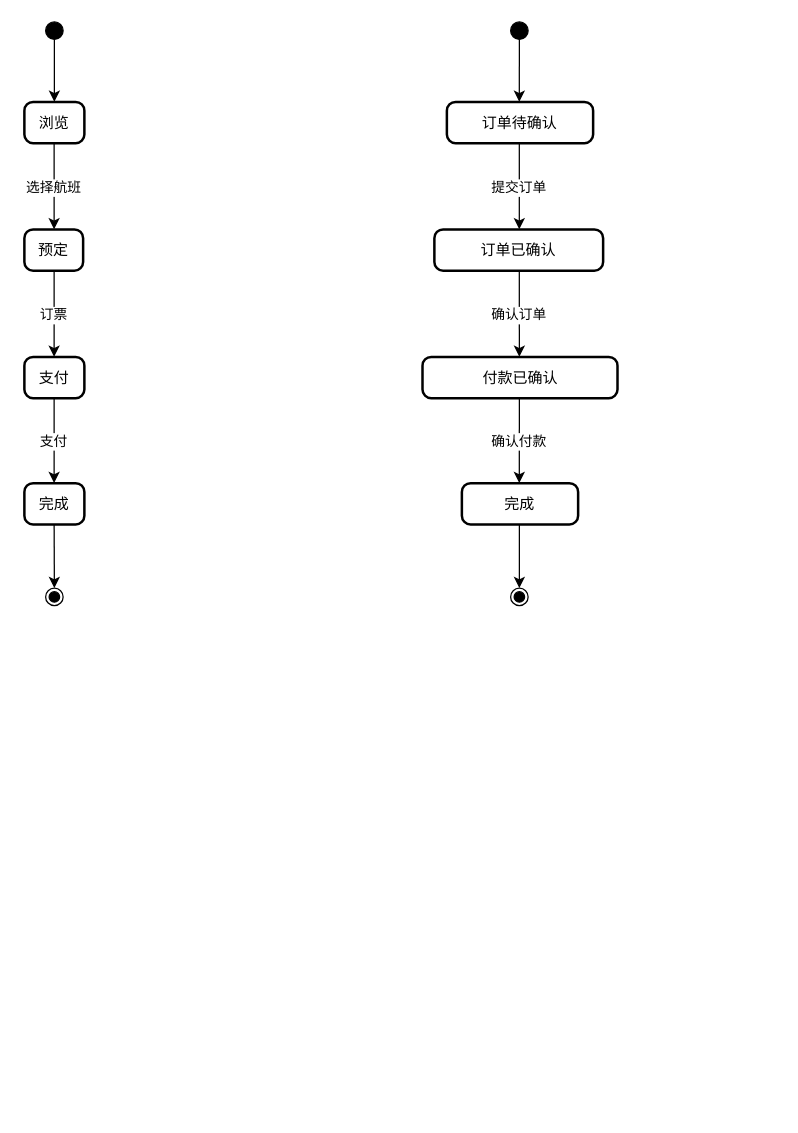
Above: state_trans.drawio in Xiang669/draw (draw.io), before the change. Source tidied: cells renumbered, new cells numbered last; positions are measured from the earlier drawing's top-left corner, leaving out a move shared by most shapes. Both pictures are drawn from the tidied source at 125%, with x=0, y=0 at pixel (24, 21).
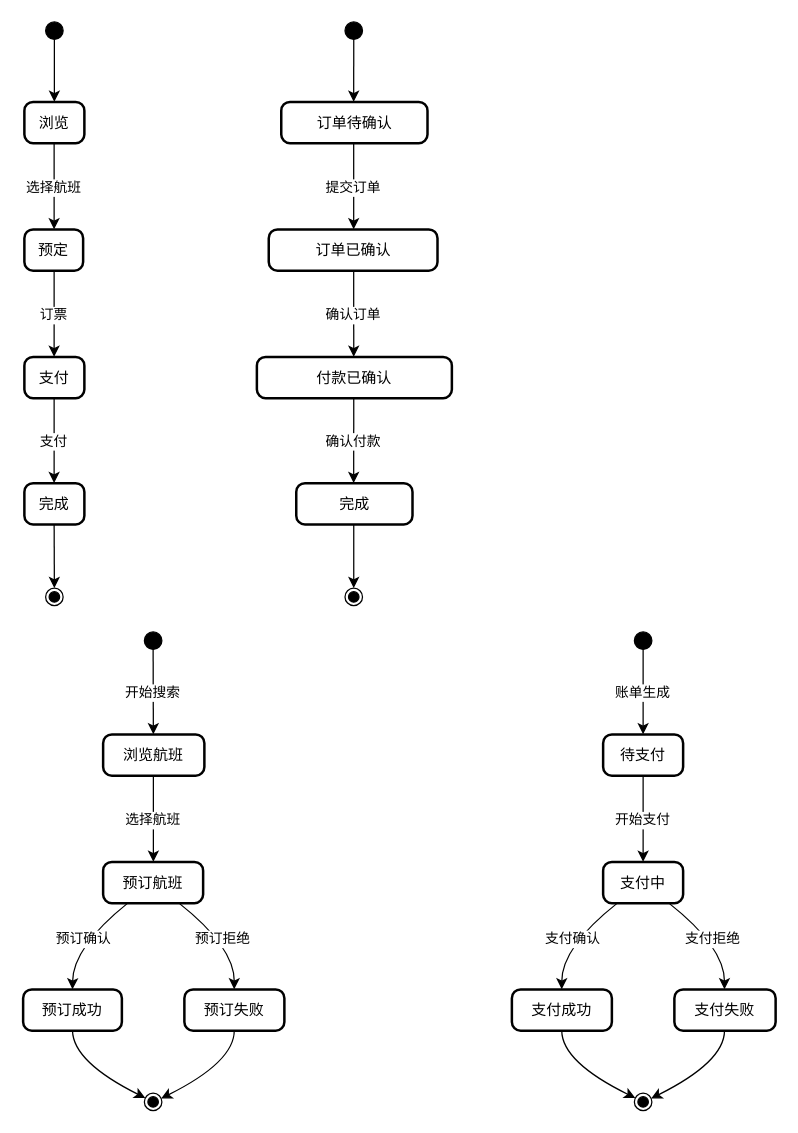
The same diagram, later.

Diff of the diagram source:
```diff
@@
     <mxCell id="2" value="订单待确认" style="rounded=1;absoluteArcSize=1;arcSize=14;whiteSpace=wrap;strokeWidth=2;" parent="1" vertex="1">
-      <mxGeometry x="338" y="64" width="117" height="33" as="geometry" />
+      <mxGeometry x="205.5" y="64" width="117" height="33" as="geometry" />
     </mxCell>
     <mxCell id="3" value="订单已确认" style="rounded=1;absoluteArcSize=1;arcSize=14;whiteSpace=wrap;strokeWidth=2;" parent="1" vertex="1">
-      <mxGeometry x="328" y="166" width="135" height="33" as="geometry" />
+      <mxGeometry x="195.5" y="166" width="135" height="33" as="geometry" />
     </mxCell>
     <mxCell id="4" value="付款已确认" style="rounded=1;absoluteArcSize=1;arcSize=14;whiteSpace=wrap;strokeWidth=2;" parent="1" vertex="1">
-      <mxGeometry x="318.5" y="268" width="156" height="33" as="geometry" />
+      <mxGeometry x="186" y="268" width="156" height="33" as="geometry" />
     </mxCell>
     <mxCell id="5" value="完成" style="rounded=1;absoluteArcSize=1;arcSize=14;whiteSpace=wrap;strokeWidth=2;" parent="1" vertex="1">
-      <mxGeometry x="350" y="369" width="93" height="33" as="geometry" />
+      <mxGeometry x="217.5" y="369" width="93" height="33" as="geometry" />
     </mxCell>
     <mxCell id="6" style="ellipse;fillColor=strokeColor;" parent="1" vertex="1">
-      <mxGeometry x="389" width="14" height="14" as="geometry" />
+      <mxGeometry x="256.5" width="14" height="14" as="geometry" />
     </mxCell>
     <mxCell id="7" style="ellipse;shape=endState;fillColor=strokeColor;" parent="1" vertex="1">
-      <mxGeometry x="389" y="453" width="14" height="14" as="geometry" />
+      <mxGeometry x="256.5" y="453" width="14" height="14" as="geometry" />
     </mxCell>
     <mxCell id="8" style="curved=1;startArrow=none;exitX=0.4964288984026228;exitY=1;entryX=0.4952991844242455;entryY=0;rounded=0;" parent="1" edge="1" source="6" target="2">
       <mxGeometry relative="1" as="geometry">
         <Array as="points">
-          <mxPoint x="396" y="40" />
+          <mxPoint x="263.5" y="40" />
         </Array>
       </mxGeometry>
     </mxCell>
@@
     <mxCell id="10" value="确认订单" style="curved=1;startArrow=none;exitX=0.5033333672417535;exitY=1.0060606869784268;entryX=0.4996795165233123;entryY=-0.012121142763080019;rounded=0;" parent="1" edge="1" source="3">
       <mxGeometry relative="1" as="geometry">
-        <mxPoint x="396" y="268" as="targetPoint" />
+        <mxPoint x="263.5" y="268" as="targetPoint" />
       </mxGeometry>
     </mxCell>
     <mxCell id="11" value="确认付款" style="curved=1;startArrow=none;exitX=0.4996795165233123;exitY=1.0000001155968867;entryX=0.49408607072727656;entryY=0.012121316158410275;rounded=0;" parent="1" edge="1" target="5">
       <mxGeometry relative="1" as="geometry">
-        <mxPoint x="396" y="301" as="sourcePoint" />
+        <mxPoint x="263.5" y="301" as="sourcePoint" />
       </mxGeometry>
     </mxCell>
@@
+    <mxCell id="24" style="ellipse;fillColor=strokeColor;" parent="1" vertex="1">
+      <mxGeometry x="96" y="488" width="14" height="14" as="geometry" />
+    </mxCell>
+    <mxCell id="25" value="浏览航班" style="rounded=1;absoluteArcSize=1;arcSize=14;whiteSpace=wrap;strokeWidth=2;" parent="1" vertex="1">
+      <mxGeometry x="63" y="570" width="81" height="33" as="geometry" />
+    </mxCell>
+    <mxCell id="26" value="预订航班" style="rounded=1;absoluteArcSize=1;arcSize=14;whiteSpace=wrap;strokeWidth=2;" parent="1" vertex="1">
+      <mxGeometry x="63" y="672" width="80" height="33" as="geometry" />
+    </mxCell>
+    <mxCell id="27" value="预订成功" style="rounded=1;absoluteArcSize=1;arcSize=14;whiteSpace=wrap;strokeWidth=2;" parent="1" vertex="1">
+      <mxGeometry x="-1" y="774" width="79" height="33" as="geometry" />
+    </mxCell>
+    <mxCell id="28" value="预订失败" style="rounded=1;absoluteArcSize=1;arcSize=14;whiteSpace=wrap;strokeWidth=2;" parent="1" vertex="1">
+      <mxGeometry x="128" y="774" width="80" height="33" as="geometry" />
+    </mxCell>
+    <mxCell id="29" style="ellipse;shape=endState;fillColor=strokeColor;" parent="1" vertex="1">
+      <mxGeometry x="96" y="857" width="14" height="14" as="geometry" />
+    </mxCell>
+    <mxCell id="30" value="开始搜索" style="curved=1;startArrow=none;exitX=0.5142857687813895;exitY=1;entryX=0.49629630571530187;entryY=0.012121200561523438;rounded=0;" parent="1" edge="1" source="24" target="25">
+      <mxGeometry relative="1" as="geometry" />
+    </mxCell>
+    <mxCell id="31" value="选择航班" style="curved=1;startArrow=none;exitX=0.49629630571530187;exitY=1.0242424589214902;entryX=0.5025000095367431;entryY=0.006060629179983428;rounded=0;" parent="1" edge="1" source="25" target="26">
+      <mxGeometry relative="1" as="geometry" />
+    </mxCell>
+    <mxCell id="32" value="预订确认" style="curved=1;startArrow=none;exitX=0.23715373007783266;exitY=1.0181818875399502;entryX=0.5;entryY=5.779844341856061e-8;rounded=0;" parent="1" edge="1" source="26" target="27">
+      <mxGeometry relative="1" as="geometry">
+        <Array as="points">
+          <mxPoint x="39" y="740" />
+        </Array>
+      </mxGeometry>
+    </mxCell>
+    <mxCell id="33" value="预订拒绝" style="curved=1;startArrow=none;exitX=0.7678462889956534;exitY=1.0181818875399502;entryX=0.4987500190734863;entryY=5.779844341856061e-8;rounded=0;" parent="1" edge="1" source="26" target="28">
+      <mxGeometry relative="1" as="geometry">
+        <Array as="points">
+          <mxPoint x="168" y="740" />
+        </Array>
+      </mxGeometry>
+    </mxCell>
+    <mxCell id="34" style="curved=1;startArrow=none;exitX=0.5;exitY=1.0121213161584102;entryX=0.01428576878138951;entryY=0.28127646806273027;rounded=0;" parent="1" edge="1" source="27" target="29">
+      <mxGeometry relative="1" as="geometry">
+        <Array as="points">
+          <mxPoint x="39" y="832" />
+        </Array>
+      </mxGeometry>
+    </mxCell>
+    <mxCell id="35" style="curved=1;startArrow=none;exitX=0.4987500190734863;exitY=1.0121213161584102;entryX=1.0142857687813895;entryY=0.28127646806273027;rounded=0;" parent="1" edge="1" source="28" target="29">
+      <mxGeometry relative="1" as="geometry">
+        <Array as="points">
+          <mxPoint x="168" y="832" />
+        </Array>
+      </mxGeometry>
+    </mxCell>
+    <mxCell id="36" style="ellipse;fillColor=strokeColor;" parent="1" vertex="1">
+      <mxGeometry x="488" y="488" width="14" height="14" as="geometry" />
+    </mxCell>
+    <mxCell id="37" value="待支付" style="rounded=1;absoluteArcSize=1;arcSize=14;whiteSpace=wrap;strokeWidth=2;" parent="1" vertex="1">
+      <mxGeometry x="463" y="570" width="64" height="33" as="geometry" />
+    </mxCell>
+    <mxCell id="38" value="支付中" style="rounded=1;absoluteArcSize=1;arcSize=14;whiteSpace=wrap;strokeWidth=2;" parent="1" vertex="1">
+      <mxGeometry x="463" y="672" width="64" height="33" as="geometry" />
+    </mxCell>
+    <mxCell id="39" value="支付成功" style="rounded=1;absoluteArcSize=1;arcSize=14;whiteSpace=wrap;strokeWidth=2;" parent="1" vertex="1">
+      <mxGeometry x="390" y="774" width="80" height="33" as="geometry" />
+    </mxCell>
+    <mxCell id="40" value="支付失败" style="rounded=1;absoluteArcSize=1;arcSize=14;whiteSpace=wrap;strokeWidth=2;" parent="1" vertex="1">
+      <mxGeometry x="520" y="774" width="81" height="33" as="geometry" />
+    </mxCell>
+    <mxCell id="41" style="ellipse;shape=endState;fillColor=strokeColor;" parent="1" vertex="1">
+      <mxGeometry x="488" y="857" width="14" height="14" as="geometry" />
+    </mxCell>
+    <mxCell id="42" value="账单生成" style="curved=1;startArrow=none;exitX=0.500000136239188;exitY=1;entryX=0.5000000298023224;entryY=0.012121200561523438;rounded=0;" parent="1" edge="1" source="36" target="37">
+      <mxGeometry relative="1" as="geometry" />
+    </mxCell>
+    <mxCell id="43" value="开始支付" style="curved=1;startArrow=none;exitX=0.5000000298023224;exitY=1.0242424589214902;entryX=0.5000000298023224;entryY=0.006060629179983428;rounded=0;" parent="1" edge="1" source="37" target="38">
+      <mxGeometry relative="1" as="geometry" />
+    </mxCell>
+    <mxCell id="44" value="支付确认" style="curved=1;startArrow=none;exitX=0.1662665929726872;exitY=1.0181818875399502;entryX=0.4987500190734863;entryY=5.779844341856061e-8;rounded=0;" parent="1" edge="1" source="38" target="39">
+      <mxGeometry relative="1" as="geometry">
+        <Array as="points">
+          <mxPoint x="430" y="740" />
+        </Array>
+      </mxGeometry>
+    </mxCell>
+    <mxCell id="45" value="支付拒绝" style="curved=1;startArrow=none;exitX=0.8337334666319576;exitY=1.0181818875399502;entryX=0.4950617566520785;entryY=5.779844341856061e-8;rounded=0;" parent="1" edge="1" source="38" target="40">
+      <mxGeometry relative="1" as="geometry">
+        <Array as="points">
+          <mxPoint x="560" y="740" />
+        </Array>
+      </mxGeometry>
+    </mxCell>
+    <mxCell id="46" style="curved=1;startArrow=none;exitX=0.4987500190734863;exitY=1.0121213161584102;entryX=1.362391880580357e-7;entryY=0.2827959455954548;rounded=0;" parent="1" edge="1" source="39" target="41">
+      <mxGeometry relative="1" as="geometry">
+        <Array as="points">
+          <mxPoint x="430" y="832" />
+        </Array>
+      </mxGeometry>
+    </mxCell>
+    <mxCell id="47" style="curved=1;startArrow=none;exitX=0.4950617566520785;exitY=1.0121213161584102;entryX=1.0000001362391882;entryY=0.2827959455954548;rounded=0;" parent="1" edge="1" source="40" target="41">
+      <mxGeometry relative="1" as="geometry">
+        <Array as="points">
+          <mxPoint x="560" y="832" />
+        </Array>
+      </mxGeometry>
+    </mxCell>
```
